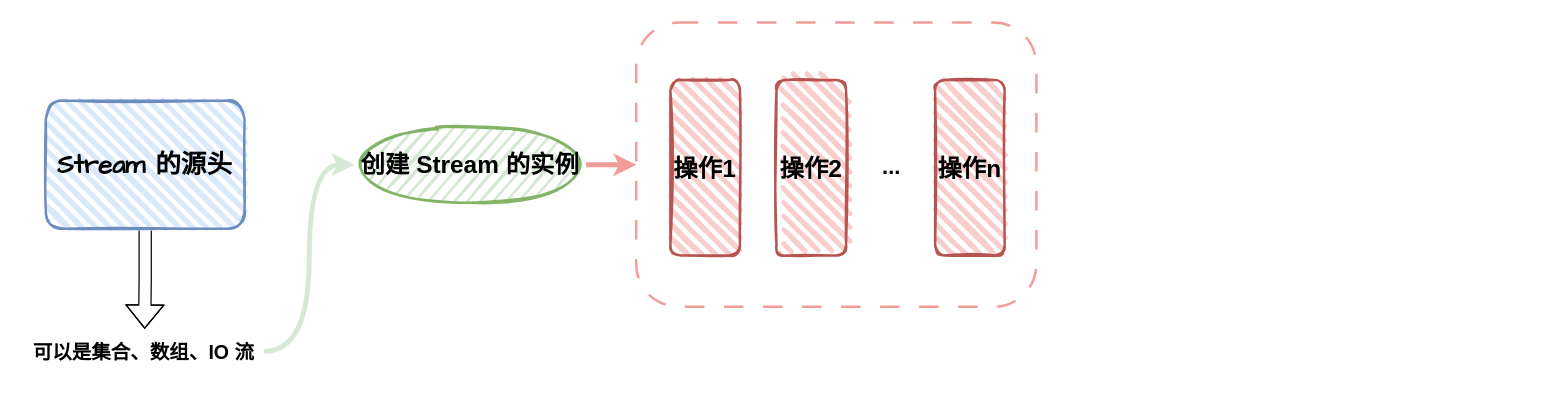
Before: stream.drawio in god23bin/diagrams, a draw.io diagram. Source tidied: cells renumbered, new cells numbered last; positions are measured from the earlier drawing's top-left corner, leaving out a move shared by most shapes. Both pictures are drawn from the tidied source at 122%, with x=0, y=0 at pixel (21, 22).
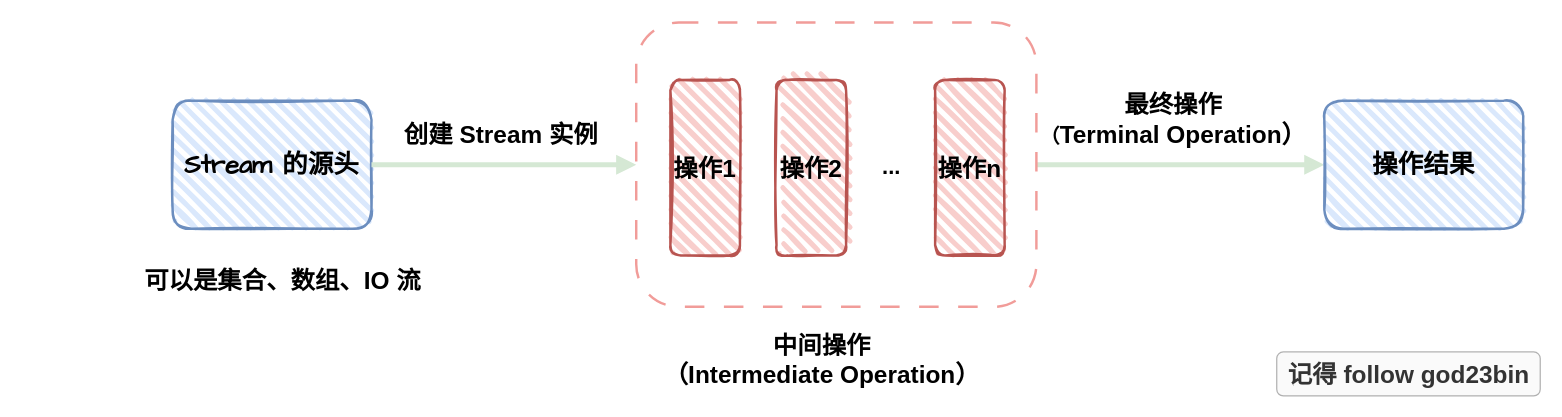
The same diagram, later.

What changed in the source:
```diff
@@
 <mxGraphModel>
   <root>
     <mxCell id="0" />
     <mxCell id="1" parent="0" />
-    <mxCell id="2" style="edgeStyle=orthogonalEdgeStyle;rounded=0;jettySize=auto;html=1;exitX=0.5;exitY=1;exitDx=0;exitDy=0;entryX=0.508;entryY=-0.097;entryDx=0;entryDy=0;entryPerimeter=0;curved=1;shape=flexArrow;endArrow=block;endFill=0;fillColor=default;fillStyle=auto;" parent="1" edge="1" source="3" target="5">
-      <mxGeometry relative="1" as="geometry" />
-    </mxCell>
     <mxCell id="3" value="&lt;b&gt;&lt;font style=&quot;font-size: 21px;&quot;&gt;Stream 的源头&lt;/font&gt;&lt;/b&gt;" style="rounded=1;whiteSpace=wrap;html=1;strokeWidth=2;fillWeight=4;hachureGap=8;hachureAngle=45;fillColor=#dae8fc;sketch=1;strokeColor=#6c8ebf;fontFamily=Comic Sans MS;" parent="1" vertex="1">
-      <mxGeometry x="20" y="64" width="163" height="105" as="geometry" />
+      <mxGeometry x="124" y="64" width="163" height="105" as="geometry" />
     </mxCell>
-    <mxCell id="4" style="edgeStyle=orthogonalEdgeStyle;rounded=0;jettySize=auto;html=1;entryX=0;entryY=0.5;entryDx=0;entryDy=0;strokeWidth=4;curved=1;strokeColor=#D5E8D4;" parent="1" edge="1" source="5" target="7">
+    <mxCell id="4" style="rounded=0;jettySize=auto;html=1;entryX=0;entryY=0.5;entryDx=0;entryDy=0;strokeWidth=4;strokeColor=#D5E8D4;endArrow=block;endFill=1;exitX=1;exitY=0.5;exitDx=0;exitDy=0;edgeStyle=orthogonalEdgeStyle;curved=1;" parent="1" edge="1" source="3" target="12">
       <mxGeometry relative="1" as="geometry" />
     </mxCell>
-    <mxCell id="5" value="可以是集合、数组、IO 流" style="text;html=1;align=center;verticalAlign=middle;points=[];strokeColor=none;fillColor=none;fontStyle=1;fontSize=16;" parent="1" vertex="1">
-      <mxGeometry y="254" width="199" height="31" as="geometry" />
+    <mxCell id="5" value="&lt;font style=&quot;font-size: 20px;&quot;&gt;可以是集合、数组、IO 流&lt;/font&gt;" style="text;html=1;align=center;verticalAlign=middle;points=[];strokeColor=none;fillColor=none;fontStyle=1;fontSize=16;" parent="1" vertex="1">
+      <mxGeometry x="91" y="193" width="245" height="36" as="geometry" />
     </mxCell>
-    <mxCell id="6" style="edgeStyle=orthogonalEdgeStyle;rounded=0;jettySize=auto;html=1;entryX=0;entryY=0.5;entryDx=0;entryDy=0;strokeWidth=4;strokeColor=#F19C99;" parent="1" edge="1" source="7" target="12">
-      <mxGeometry relative="1" as="geometry" />
-    </mxCell>
-    <mxCell id="7" value="&lt;b&gt;&lt;font style=&quot;font-size: 20px;&quot;&gt;创建 Stream 的实例&lt;/font&gt;&lt;/b&gt;" style="ellipse;whiteSpace=wrap;html=1;strokeWidth=2;fillWeight=2;hachureGap=8;fillColor=#d5e8d4;fillStyle=dots;sketch=1;strokeColor=#82b366;" parent="1" vertex="1">
-      <mxGeometry x="273" y="84.2" width="190" height="64.5" as="geometry" />
-    </mxCell>
     <mxCell id="8" value="&lt;b&gt;&lt;font style=&quot;font-size: 20px;&quot;&gt;操作1&lt;/font&gt;&lt;/b&gt;" style="rounded=1;whiteSpace=wrap;html=1;strokeWidth=2;fillWeight=4;hachureGap=8;hachureAngle=45;fillColor=#f8cecc;sketch=1;strokeColor=#b85450;" parent="1" vertex="1">
       <mxGeometry x="532" y="47" width="57" height="144" as="geometry" />
     </mxCell>
     <mxCell id="9" value="&lt;b&gt;&lt;font style=&quot;font-size: 20px;&quot;&gt;操作2&lt;/font&gt;&lt;/b&gt;" style="rounded=1;whiteSpace=wrap;html=1;strokeWidth=2;fillWeight=4;hachureGap=8;hachureAngle=45;fillColor=#f8cecc;sketch=1;strokeColor=#b85450;" parent="1" vertex="1">
       <mxGeometry x="619" y="47" width="57" height="144" as="geometry" />
     </mxCell>
     <mxCell id="10" value="&lt;b&gt;&lt;font style=&quot;font-size: 20px;&quot;&gt;操作n&lt;/font&gt;&lt;/b&gt;" style="rounded=1;whiteSpace=wrap;html=1;strokeWidth=2;fillWeight=4;hachureGap=8;hachureAngle=45;fillColor=#f8cecc;sketch=1;strokeColor=#b85450;" parent="1" vertex="1">
       <mxGeometry x="749" y="47" width="57" height="144" as="geometry" />
     </mxCell>
     <mxCell id="11" value="&lt;b&gt;&lt;font style=&quot;font-size: 18px;&quot;&gt;...&lt;/font&gt;&lt;/b&gt;" style="text;html=1;align=center;verticalAlign=middle;strokeColor=none;fillColor=none;" parent="1" vertex="1">
       <mxGeometry x="696" y="102" width="33" height="34" as="geometry" />
     </mxCell>
+    <mxCell id="13" style="edgeStyle=orthogonalEdgeStyle;rounded=0;jettySize=auto;html=1;exitX=1;exitY=0.5;exitDx=0;exitDy=0;entryX=0;entryY=0.5;entryDx=0;entryDy=0;curved=1;strokeColor=#D5E8D4;strokeWidth=4;endArrow=block;endFill=1;" parent="1" edge="1" source="12" target="16">
+      <mxGeometry relative="1" as="geometry" />
+    </mxCell>
     <mxCell id="12" style="rounded=1;whiteSpace=wrap;html=1;fillColor=none;dashed=1;dashPattern=8 8;strokeColor=#F19C99;strokeWidth=2;" parent="1" vertex="1">
       <mxGeometry x="504" width="328" height="233" as="geometry" />
     </mxCell>
+    <mxCell id="14" value="&lt;font style=&quot;font-size: 20px;&quot;&gt;中间操作&lt;br&gt;（Intermediate Operation）&lt;br&gt;&lt;/font&gt;" style="text;html=1;align=center;verticalAlign=middle;strokeColor=none;fillColor=none;fontStyle=1;fontSize=16;" parent="1" vertex="1">
+      <mxGeometry x="517" y="246" width="277" height="60" as="geometry" />
+    </mxCell>
+    <mxCell id="15" value="&lt;font style=&quot;font-size: 20px;&quot;&gt;创建 Stream 实例&lt;/font&gt;" style="text;html=1;align=center;verticalAlign=middle;strokeColor=none;fillColor=none;fontStyle=1;fontSize=16;" parent="1" vertex="1">
+      <mxGeometry x="304" y="73" width="177" height="36" as="geometry" />
+    </mxCell>
+    <mxCell id="16" value="&lt;b&gt;&lt;font style=&quot;font-size: 21px;&quot;&gt;操作结果&lt;/font&gt;&lt;/b&gt;" style="rounded=1;whiteSpace=wrap;html=1;strokeWidth=2;fillWeight=4;hachureGap=8;hachureAngle=45;fillColor=#dae8fc;sketch=1;strokeColor=#6c8ebf;fontFamily=Comic Sans MS;" parent="1" vertex="1">
+      <mxGeometry x="1068" y="64" width="163" height="105" as="geometry" />
+    </mxCell>
+    <mxCell id="17" value="&lt;font style=&quot;font-size: 20px;&quot;&gt;最终操作&lt;br&gt;&lt;/font&gt;（&lt;span style=&quot;font-size: 20px;&quot;&gt;Terminal Operation）&lt;/span&gt;&lt;span style=&quot;font-size: 20px;&quot;&gt;&lt;br&gt;&lt;/span&gt;" style="text;html=1;align=center;verticalAlign=middle;strokeColor=none;fillColor=none;fontStyle=1;fontSize=16;" parent="1" vertex="1">
+      <mxGeometry x="826" y="49" width="236" height="60" as="geometry" />
+    </mxCell>
+    <mxCell id="18" value="&lt;font style=&quot;font-size: 20px;&quot;&gt;记得 follow god23bin&lt;/font&gt;" style="text;html=1;align=center;verticalAlign=middle;strokeColor=#666666;fillColor=#f5f5f5;fontStyle=1;fontSize=16;fontColor=#333333;rounded=1;gradientColor=none;opacity=50;rotation=0;" parent="1" vertex="1">
+      <mxGeometry x="1029" y="270" width="216" height="36" as="geometry" />
+    </mxCell>
   </root>
 </mxGraphModel>
```
